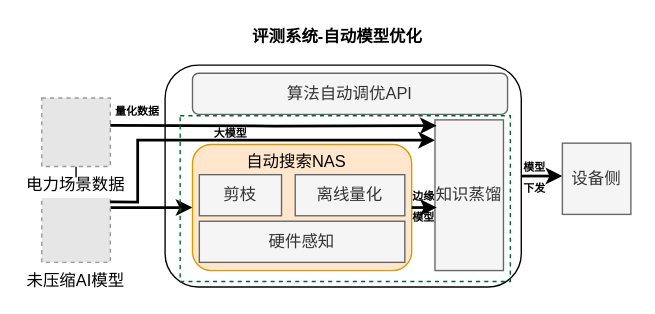
Above: page "第 1 页" (1 of 3) of 模型压缩流程.drawio in paleblackless/diagrams (draw.io), before the change. Source tidied: cells renumbered, new cells numbered last; positions are measured from the earlier drawing's top-left corner, leaving out a move shared by most shapes. Both pictures are drawn from the tidied source at 137%, with x=0, y=0 at pixel (41, 23). Pictures stored in the file or linked from it are replaced by grey dashed boxes.
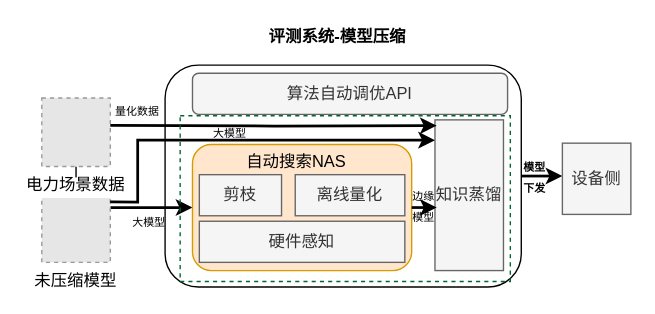
The same diagram, later.

Commit message:
更新模型压缩流程.drawio

Diff of the diagram source:
```diff
@@
-    <mxCell id="5" value="未压缩AI模型" style="fillColor=#E6E6E6;strokeColor=#999999;dashed=1;verticalLabelPosition=bottom;labelBackgroundColor=default;verticalAlign=top;" parent="1" vertex="1">
+    <mxCell id="5" value="未压缩模型" style="fillColor=#E6E6E6;strokeColor=#999999;dashed=1;verticalLabelPosition=bottom;labelBackgroundColor=default;verticalAlign=top;" parent="1" vertex="1">
       <mxGeometry y="124" width="50" height="50" as="geometry" />
     </mxCell>
@@
-    <mxCell id="8" value="&lt;b&gt;评测系统-自动模型优化&lt;/b&gt;" style="text;html=1;strokeColor=none;fillColor=none;align=center;verticalAlign=middle;whiteSpace=wrap;rounded=0;" parent="1" vertex="1">
+    <mxCell id="8" value="&lt;b&gt;评测系统-模型压缩&lt;/b&gt;" style="text;html=1;strokeColor=none;fillColor=none;align=center;verticalAlign=middle;whiteSpace=wrap;rounded=0;" parent="1" vertex="1">
       <mxGeometry x="143" width="146" height="20" as="geometry" />
     </mxCell>
@@
-    <mxCell id="20" value="&lt;font style=&quot;font-size: 8px;&quot;&gt;&lt;b&gt;大模型&lt;/b&gt;&lt;/font&gt;" style="text;html=1;strokeColor=none;fillColor=none;align=center;verticalAlign=middle;whiteSpace=wrap;rounded=0;" parent="1" vertex="1">
-      <mxGeometry x="115" y="71" width="46" height="16" as="geometry" />
+    <mxCell id="20" value="&lt;font style=&quot;font-size: 8px;&quot;&gt;大模型&lt;/font&gt;" style="text;html=1;strokeColor=none;fillColor=none;align=center;verticalAlign=middle;whiteSpace=wrap;rounded=0;" parent="1" vertex="1">
+      <mxGeometry x="115" y="70" width="45" height="17" as="geometry" />
     </mxCell>
-    <mxCell id="21" value="&lt;span style=&quot;font-size: 8px;&quot;&gt;&lt;b&gt;边缘模型&lt;/b&gt;&lt;/span&gt;" style="text;html=1;strokeColor=none;fillColor=none;align=center;verticalAlign=middle;whiteSpace=wrap;rounded=0;" parent="1" vertex="1">
+    <mxCell id="21" value="&lt;span style=&quot;font-size: 8px;&quot;&gt;边缘模型&lt;/span&gt;" style="text;html=1;strokeColor=none;fillColor=none;align=center;verticalAlign=middle;whiteSpace=wrap;rounded=0;" parent="1" vertex="1">
       <mxGeometry x="268.5" y="112" width="19.5" height="40" as="geometry" />
     </mxCell>
@@
-    <mxCell id="24" value="&lt;font style=&quot;font-size: 8px;&quot;&gt;&lt;b&gt;量化数据&lt;/b&gt;&lt;/font&gt;" style="text;html=1;strokeColor=none;fillColor=none;align=center;verticalAlign=middle;whiteSpace=wrap;rounded=0;" parent="1" vertex="1">
+    <mxCell id="24" value="&lt;font style=&quot;font-size: 8px;&quot;&gt;量化数据&lt;/font&gt;" style="text;html=1;strokeColor=none;fillColor=none;align=center;verticalAlign=middle;whiteSpace=wrap;rounded=0;" parent="1" vertex="1">
       <mxGeometry x="50" y="55" width="40" height="16" as="geometry" />
     </mxCell>
+    <mxCell id="25" value="&lt;font style=&quot;font-size: 8px;&quot;&gt;大模型&lt;/font&gt;" style="text;html=1;strokeColor=none;fillColor=none;align=center;verticalAlign=middle;whiteSpace=wrap;rounded=0;" parent="1" vertex="1">
+      <mxGeometry x="56" y="135" width="45" height="17" as="geometry" />
+    </mxCell>
```
